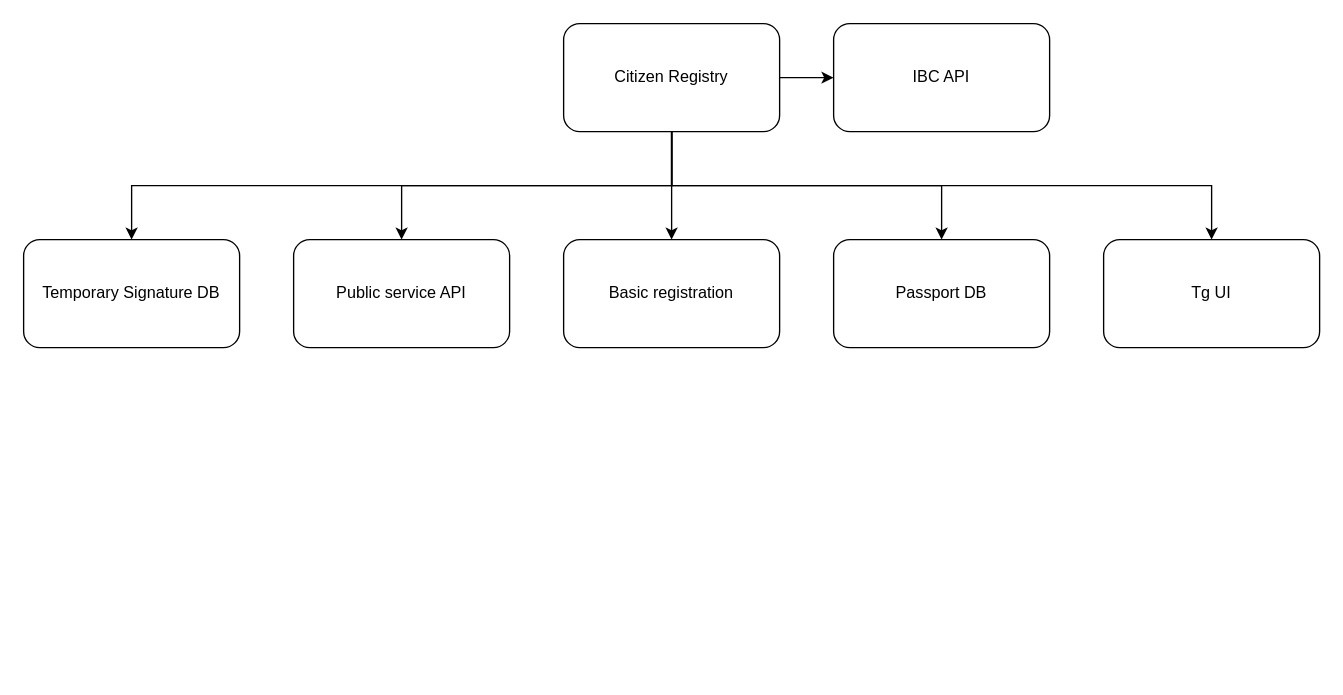
This is page "Global CR structure" (1 of 4) of architecture/crdesign.drawio from markvandal/ds.info, a draw.io file, before an edit. Source tidied: cells renumbered, new cells numbered last; positions are measured from the earlier drawing's top-left corner, leaving out a move shared by most shapes. Both pictures are drawn from the tidied source at 135%, with x=0, y=0 at pixel (23, 23).
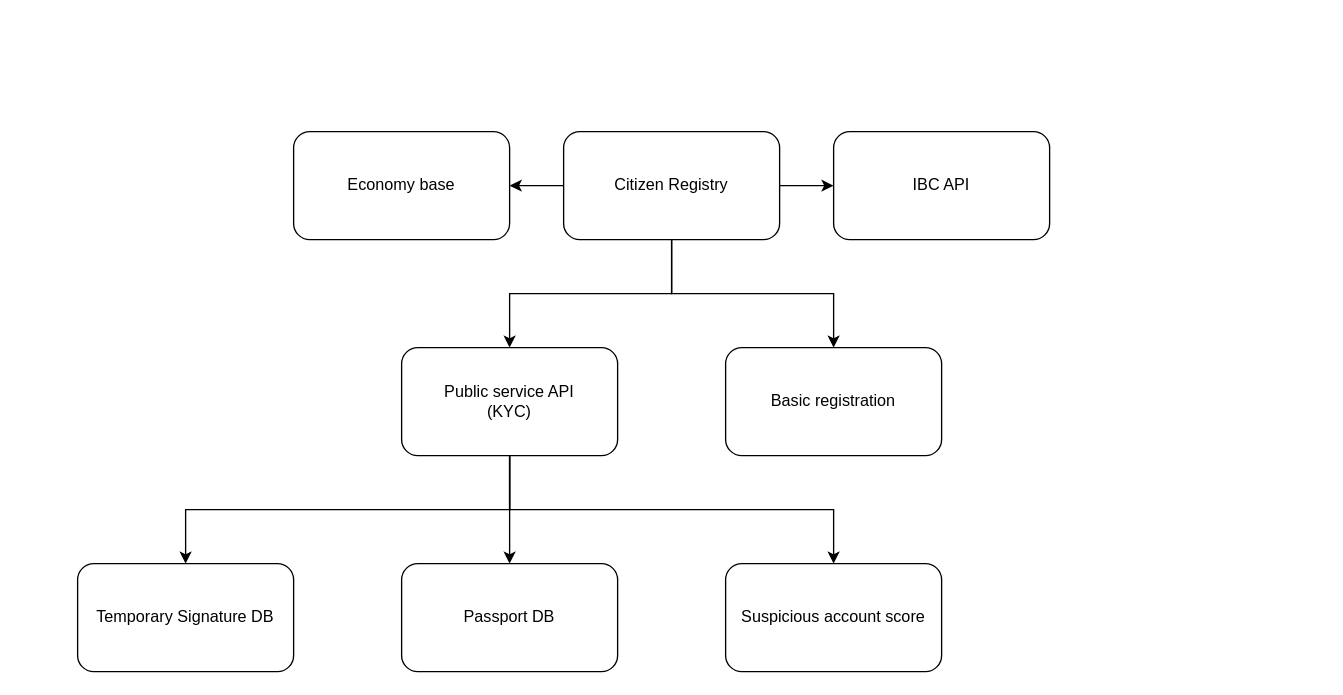
The same page after the edit.

Commit message (it also covers changes not shown here):
Added some permissions and score subsistem

Diff of the diagram source:
```diff
@@
 <mxGraphModel>
   <root>
     <mxCell id="0" />
     <mxCell id="1" parent="0" />
     <mxCell id="2" style="edgeStyle=orthogonalEdgeStyle;rounded=0;jettySize=auto;html=1;exitX=0.5;exitY=1;exitDx=0;exitDy=0;" parent="1" edge="1" source="8" target="9">
       <mxGeometry relative="1" as="geometry" />
     </mxCell>
-    <mxCell id="3" style="edgeStyle=orthogonalEdgeStyle;rounded=0;jettySize=auto;html=1;exitX=0.5;exitY=1;exitDx=0;exitDy=0;" parent="1" edge="1" source="8" target="10">
+    <mxCell id="3" style="edgeStyle=orthogonalEdgeStyle;rounded=0;jettySize=auto;html=1;exitX=0.5;exitY=1;exitDx=0;exitDy=0;" parent="1" edge="1" source="12" target="10">
       <mxGeometry relative="1" as="geometry" />
     </mxCell>
-    <mxCell id="4" style="edgeStyle=orthogonalEdgeStyle;rounded=0;jettySize=auto;html=1;exitX=0.5;exitY=1;exitDx=0;exitDy=0;" parent="1" edge="1" source="8" target="11">
-      <mxGeometry relative="1" as="geometry" />
-    </mxCell>
     <mxCell id="5" style="edgeStyle=orthogonalEdgeStyle;rounded=0;jettySize=auto;html=1;exitX=0.5;exitY=1;exitDx=0;exitDy=0;" parent="1" edge="1" source="8" target="12">
       <mxGeometry relative="1" as="geometry" />
     </mxCell>
-    <mxCell id="6" style="edgeStyle=orthogonalEdgeStyle;rounded=0;jettySize=auto;html=1;" parent="1" edge="1" source="8" target="13">
+    <mxCell id="6" style="edgeStyle=orthogonalEdgeStyle;rounded=0;jettySize=auto;html=1;exitX=1;exitY=0.5;exitDx=0;exitDy=0;" parent="1" edge="1" source="8" target="13">
       <mxGeometry relative="1" as="geometry" />
     </mxCell>
-    <mxCell id="7" style="edgeStyle=orthogonalEdgeStyle;rounded=0;jettySize=auto;html=1;exitX=0.5;exitY=1;exitDx=0;exitDy=0;" parent="1" edge="1" source="8" target="14">
+    <mxCell id="7" style="edgeStyle=orthogonalEdgeStyle;rounded=0;jettySize=auto;html=1;exitX=0.5;exitY=1;exitDx=0;exitDy=0;" parent="1" edge="1" source="12" target="14">
       <mxGeometry relative="1" as="geometry" />
     </mxCell>
+    <mxCell id="15" style="edgeStyle=orthogonalEdgeStyle;rounded=0;jettySize=auto;html=1;exitX=0;exitY=0.5;exitDx=0;exitDy=0;" parent="1" edge="1" source="8" target="17">
+      <mxGeometry relative="1" as="geometry" />
+    </mxCell>
     <mxCell id="8" value="Citizen Registry" style="rounded=1;whiteSpace=wrap;html=1;" parent="1" vertex="1">
-      <mxGeometry x="400" width="160" height="80" as="geometry" />
+      <mxGeometry x="400" y="80" width="160" height="80" as="geometry" />
     </mxCell>
     <mxCell id="9" value="Basic registration" style="rounded=1;whiteSpace=wrap;html=1;" parent="1" vertex="1">
-      <mxGeometry x="400" y="160" width="160" height="80" as="geometry" />
+      <mxGeometry x="520" y="240" width="160" height="80" as="geometry" />
     </mxCell>
     <mxCell id="10" value="Passport DB" style="rounded=1;whiteSpace=wrap;html=1;" parent="1" vertex="1">
-      <mxGeometry x="600" y="160" width="160" height="80" as="geometry" />
+      <mxGeometry x="280" y="400" width="160" height="80" as="geometry" />
     </mxCell>
-    <mxCell id="11" value="Tg UI" style="rounded=1;whiteSpace=wrap;html=1;" parent="1" vertex="1">
-      <mxGeometry x="800" y="160" width="160" height="80" as="geometry" />
-    </mxCell>
+    <mxCell id="16" style="edgeStyle=orthogonalEdgeStyle;rounded=0;jettySize=auto;html=1;exitX=0.5;exitY=1;exitDx=0;exitDy=0;" parent="1" edge="1" source="12" target="18">
+      <mxGeometry relative="1" as="geometry" />
+    </mxCell>
-    <mxCell id="12" value="Public service API" style="rounded=1;whiteSpace=wrap;html=1;" parent="1" vertex="1">
-      <mxGeometry x="200" y="160" width="160" height="80" as="geometry" />
+    <mxCell id="12" value="Public service API&lt;br&gt;(KYC)" style="rounded=1;whiteSpace=wrap;html=1;" parent="1" vertex="1">
+      <mxGeometry x="280" y="240" width="160" height="80" as="geometry" />
     </mxCell>
     <mxCell id="13" value="IBC API" style="rounded=1;whiteSpace=wrap;html=1;" parent="1" vertex="1">
-      <mxGeometry x="600" width="160" height="80" as="geometry" />
+      <mxGeometry x="600" y="80" width="160" height="80" as="geometry" />
     </mxCell>
     <mxCell id="14" value="Temporary Signature DB" style="rounded=1;whiteSpace=wrap;html=1;" parent="1" vertex="1">
-      <mxGeometry y="160" width="160" height="80" as="geometry" />
+      <mxGeometry x="40" y="400" width="160" height="80" as="geometry" />
     </mxCell>
+    <mxCell id="17" value="Economy base" style="rounded=1;whiteSpace=wrap;html=1;" parent="1" vertex="1">
+      <mxGeometry x="200" y="80" width="160" height="80" as="geometry" />
+    </mxCell>
+    <mxCell id="18" value="Suspicious account score" style="rounded=1;whiteSpace=wrap;html=1;" parent="1" vertex="1">
+      <mxGeometry x="520" y="400" width="160" height="80" as="geometry" />
+    </mxCell>
   </root>
 </mxGraphModel>
```
